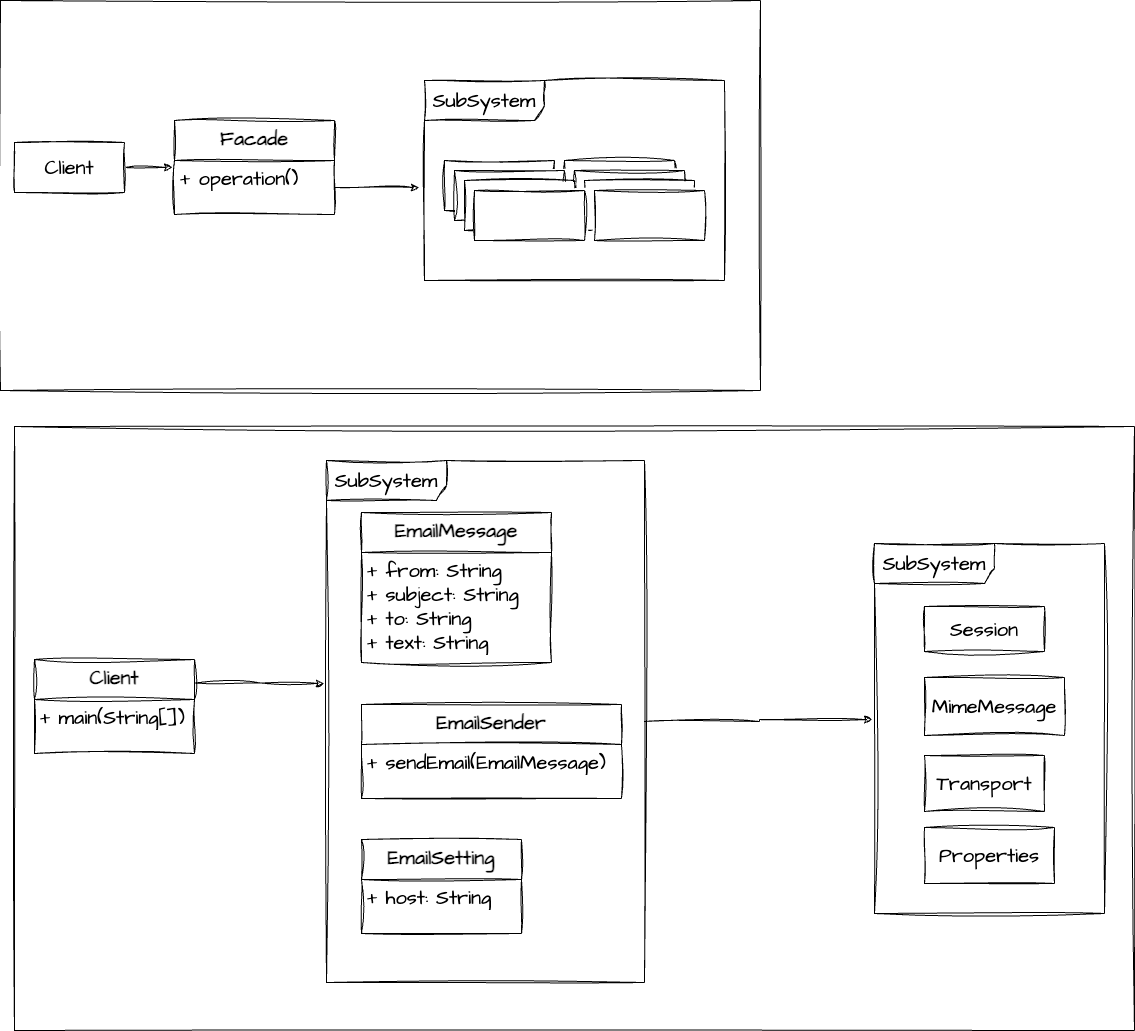
choomi1217/designPatterns keeps this draw.io diagram as src/main/java/me/cho/design_patterns/_2_structural_patterns/_05_facade/Facade.drawio.png. Above is the earlier version. Source tidied: cells renumbered, new cells last; positions are measured from the earlier drawing's top-left corner, leaving out a move shared by most shapes.
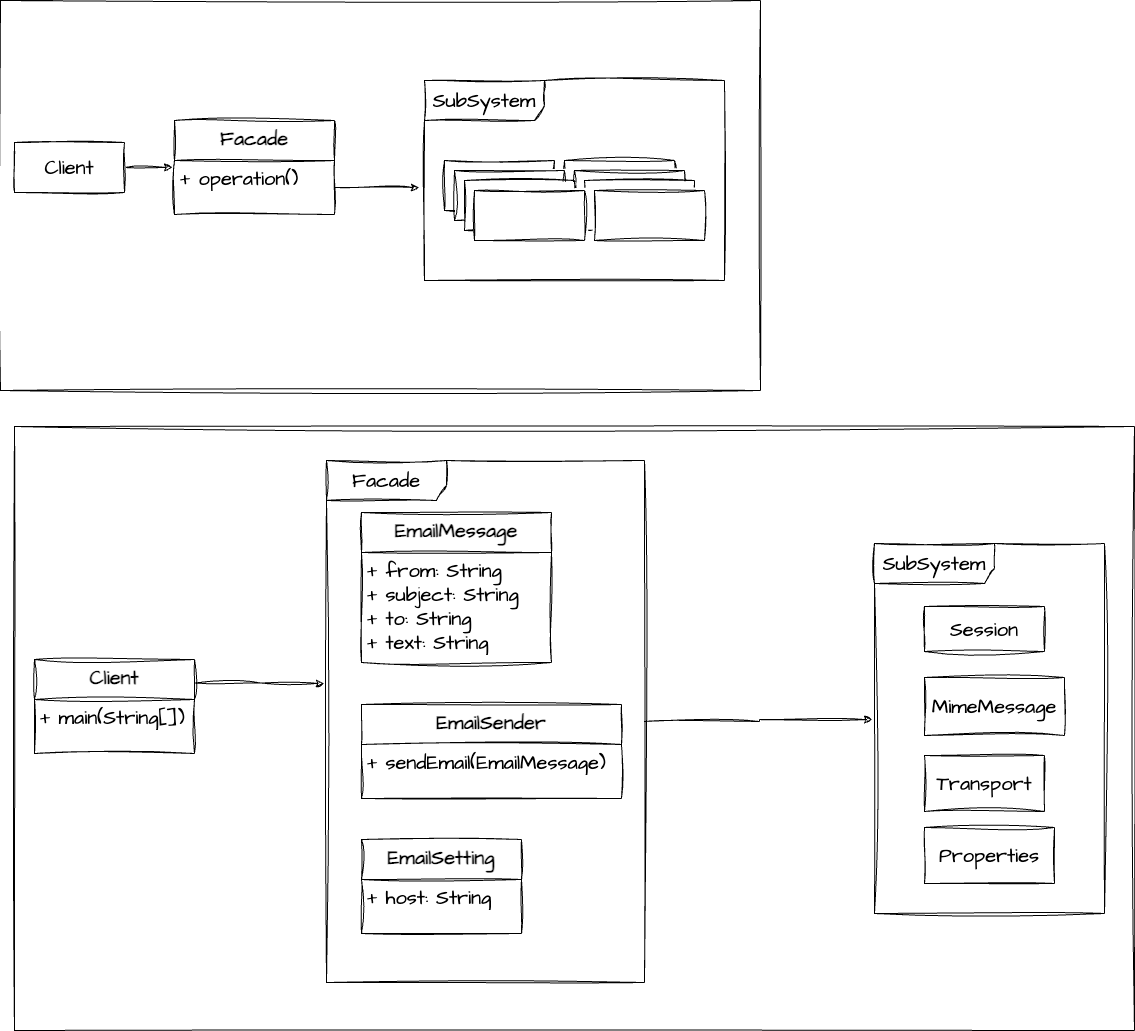
Later version of the same file.

The edit, as a diff of the source:
```diff
@@ -80,7 +80,7 @@
     <mxCell id="27" value="+ host: String" style="text;strokeColor=none;fillColor=none;align=left;verticalAlign=top;spacingLeft=4;spacingRight=4;overflow=hidden;whiteSpace=wrap;html=1;fontSize=20;fontFamily=Architects Daughter;" parent="26" vertex="1">
       <mxGeometry y="40" width="160" height="54" as="geometry" />
     </mxCell>
-    <mxCell id="28" value="SubSystem" style="shape=umlFrame;whiteSpace=wrap;html=1;sketch=1;hachureGap=4;jiggle=2;curveFitting=1;fontFamily=Architects Daughter;fontSource=https%3A%2F%2Ffonts.googleapis.com%2Fcss%3Ffamily%3DArchitects%2BDaughter;fontSize=20;width=120;height=40;" parent="21" vertex="1">
+    <mxCell id="28" value="Facade" style="shape=umlFrame;whiteSpace=wrap;html=1;sketch=1;hachureGap=4;jiggle=2;curveFitting=1;fontFamily=Architects Daughter;fontSource=https%3A%2F%2Ffonts.googleapis.com%2Fcss%3Ffamily%3DArchitects%2BDaughter;fontSize=20;width=120;height=40;" parent="21" vertex="1">
       <mxGeometry x="2" width="318" height="522" as="geometry" />
     </mxCell>
     <mxCell id="29" value="SubSystem" style="shape=umlFrame;whiteSpace=wrap;html=1;sketch=1;hachureGap=4;jiggle=2;curveFitting=1;fontFamily=Architects Daughter;fontSource=https%3A%2F%2Ffonts.googleapis.com%2Fcss%3Ffamily%3DArchitects%2BDaughter;fontSize=20;width=120;height=40;" parent="1" vertex="1">
```
